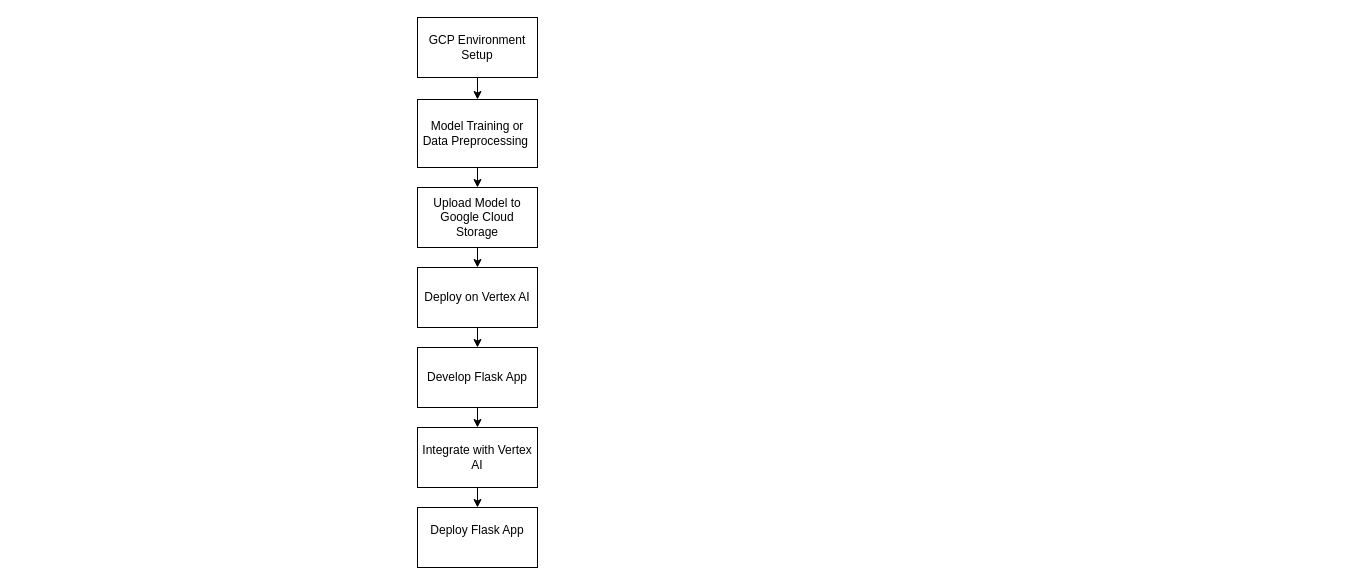
The draw.io diagram Development_Steps.drawio in parmarjh/phoenix-onboarding-chatbot, before the edit. Source tidied: cells renumbered, new cells numbered last; positions are measured from the earlier drawing's top-left corner, leaving out a move shared by most shapes. Both pictures are drawn from the tidied source at 100%, with x=0, y=0 at pixel (417, 17).
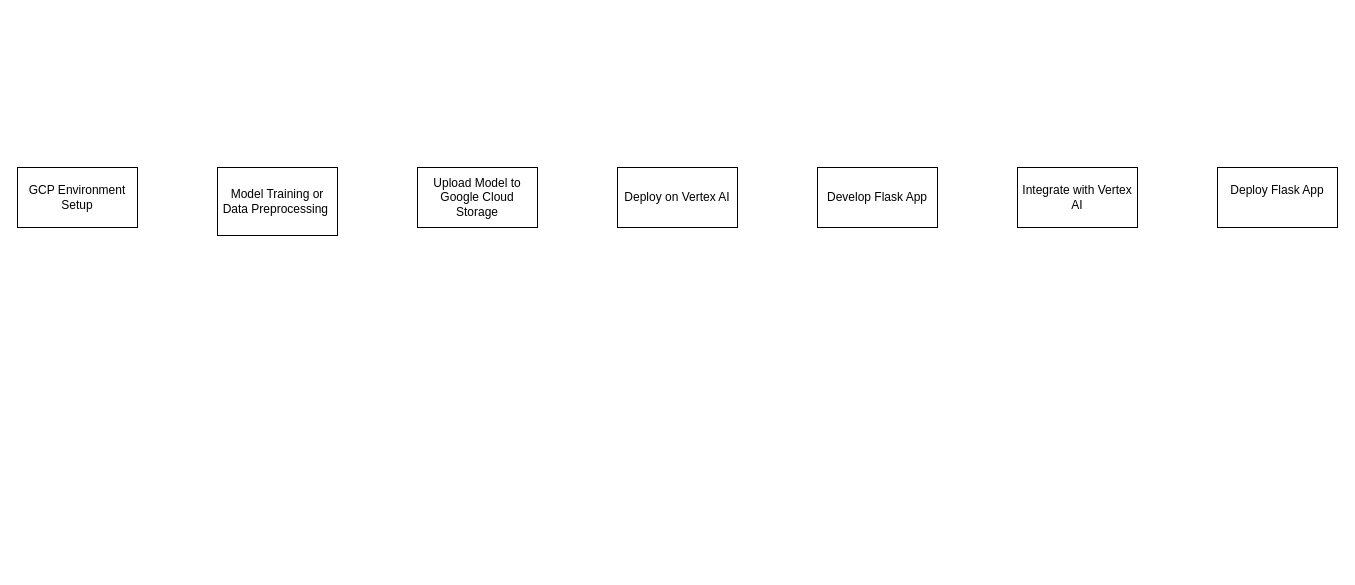
The same page after the edit.

Diff of the diagram source:
```diff
@@
 <mxGraphModel>
   <root>
     <mxCell id="0" />
     <mxCell id="1" parent="0" />
-    <mxCell id="2" style="edgeStyle=orthogonalEdgeStyle;rounded=0;jettySize=auto;html=1;exitX=0.5;exitY=1;exitDx=0;exitDy=0;entryX=0.5;entryY=0;entryDx=0;entryDy=0;" parent="1" edge="1" source="3" target="5">
-      <mxGeometry relative="1" as="geometry" />
-    </mxCell>
     <mxCell id="3" value="GCP Environment Setup" style="rounded=0;whiteSpace=wrap;html=1;" parent="1" vertex="1">
-      <mxGeometry width="120" height="60" as="geometry" />
+      <mxGeometry x="-400" y="150" width="120" height="60" as="geometry" />
     </mxCell>
-    <mxCell id="4" style="edgeStyle=orthogonalEdgeStyle;rounded=0;jettySize=auto;html=1;exitX=0.5;exitY=1;exitDx=0;exitDy=0;entryX=0.5;entryY=0;entryDx=0;entryDy=0;" parent="1" edge="1" source="5" target="7">
-      <mxGeometry relative="1" as="geometry" />
-    </mxCell>
     <mxCell id="5" value="Model Training or Data Preprocessing&amp;nbsp;" style="rounded=0;whiteSpace=wrap;html=1;" parent="1" vertex="1">
-      <mxGeometry y="82" width="120" height="68" as="geometry" />
+      <mxGeometry x="-200" y="150" width="120" height="68" as="geometry" />
     </mxCell>
-    <mxCell id="6" style="edgeStyle=orthogonalEdgeStyle;rounded=0;jettySize=auto;html=1;exitX=0.5;exitY=1;exitDx=0;exitDy=0;entryX=0.5;entryY=0;entryDx=0;entryDy=0;" parent="1" edge="1" source="7" target="9">
-      <mxGeometry relative="1" as="geometry" />
-    </mxCell>
     <mxCell id="7" value="Upload Model to Google Cloud Storage" style="rounded=0;whiteSpace=wrap;html=1;" parent="1" vertex="1">
-      <mxGeometry y="170" width="120" height="60" as="geometry" />
+      <mxGeometry y="150" width="120" height="60" as="geometry" />
     </mxCell>
-    <mxCell id="8" style="edgeStyle=orthogonalEdgeStyle;rounded=0;jettySize=auto;html=1;exitX=0.5;exitY=1;exitDx=0;exitDy=0;entryX=0.5;entryY=0;entryDx=0;entryDy=0;" parent="1" edge="1" source="9" target="11">
-      <mxGeometry relative="1" as="geometry" />
-    </mxCell>
     <mxCell id="9" value="Deploy on Vertex AI" style="rounded=0;whiteSpace=wrap;html=1;" parent="1" vertex="1">
-      <mxGeometry y="250" width="120" height="60" as="geometry" />
+      <mxGeometry x="200" y="150" width="120" height="60" as="geometry" />
     </mxCell>
-    <mxCell id="10" style="edgeStyle=orthogonalEdgeStyle;rounded=0;jettySize=auto;html=1;exitX=0.5;exitY=1;exitDx=0;exitDy=0;entryX=0.5;entryY=0;entryDx=0;entryDy=0;" parent="1" edge="1" source="11" target="13">
-      <mxGeometry relative="1" as="geometry" />
-    </mxCell>
     <mxCell id="11" value="Develop Flask App" style="rounded=0;whiteSpace=wrap;html=1;" parent="1" vertex="1">
-      <mxGeometry y="330" width="120" height="60" as="geometry" />
+      <mxGeometry x="400" y="150" width="120" height="60" as="geometry" />
     </mxCell>
-    <mxCell id="12" style="edgeStyle=orthogonalEdgeStyle;rounded=0;jettySize=auto;html=1;exitX=0.5;exitY=1;exitDx=0;exitDy=0;entryX=0.5;entryY=0;entryDx=0;entryDy=0;" parent="1" edge="1" source="13" target="14">
-      <mxGeometry relative="1" as="geometry" />
-    </mxCell>
     <mxCell id="13" value="Integrate with Vertex AI" style="rounded=0;whiteSpace=wrap;html=1;" parent="1" vertex="1">
-      <mxGeometry y="410" width="120" height="60" as="geometry" />
+      <mxGeometry x="600" y="150" width="120" height="60" as="geometry" />
     </mxCell>
     <mxCell id="14" value="&#10;Deploy Flask App&#10;&#10;" style="rounded=0;whiteSpace=wrap;html=1;" parent="1" vertex="1">
-      <mxGeometry y="490" width="120" height="60" as="geometry" />
+      <mxGeometry x="800" y="150" width="120" height="60" as="geometry" />
     </mxCell>
   </root>
 </mxGraphModel>
```
